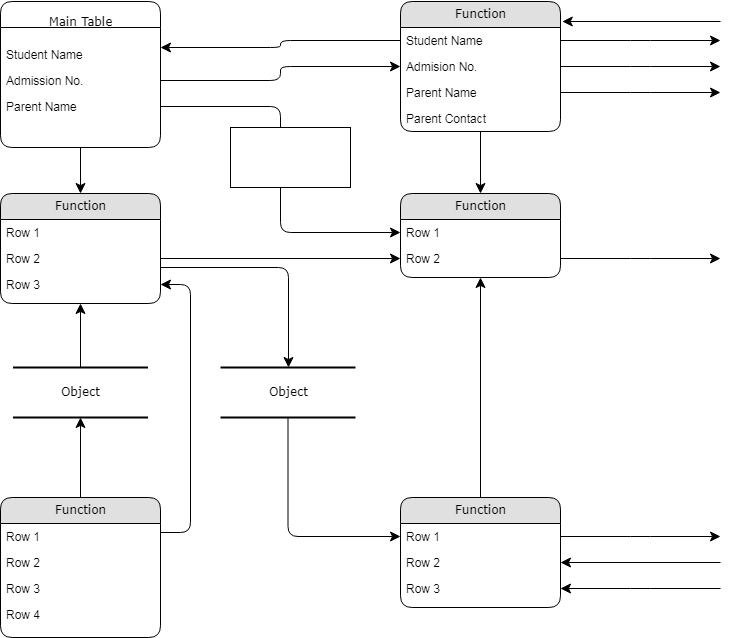
This is DATABASE.drawio.png from jonie20/index, a draw.io export, as it was before one commit. Source tidied: cells renumbered, new cells last; positions are measured from the earlier drawing's top-left corner, leaving out a move shared by most shapes.
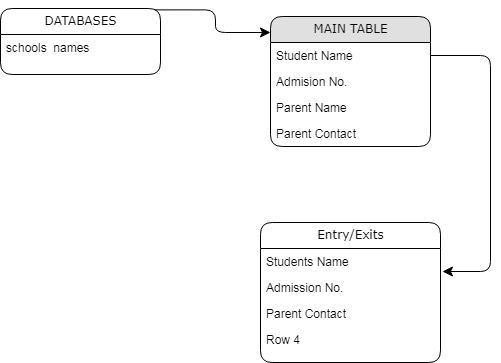
The same diagram one commit later.

Diff of the diagram source:
```diff
@@ -2,22 +2,13 @@
   <root>
     <mxCell id="0" />
     <mxCell id="1" parent="0" />
-    <mxCell id="2" value="Object" style="html=1;rounded=0;shadow=0;comic=0;labelBackgroundColor=none;strokeWidth=2;fontFamily=Verdana;fontSize=12;align=center;shape=mxgraph.ios7ui.horLines;" parent="1" vertex="1">
-      <mxGeometry x="12.5" y="366" width="135" height="50" as="geometry" />
-    </mxCell>
-    <mxCell id="3" value="&lt;br&gt;Main Table" style="swimlane;html=1;fontStyle=0;horizontal=1;startSize=26;swimlaneFillColor=#ffffff;align=center;rounded=1;shadow=0;comic=0;labelBackgroundColor=none;strokeWidth=1;fontFamily=Verdana;fontSize=12;" parent="1" vertex="1">
-      <mxGeometry width="160" height="146" as="geometry" />
+    <mxCell id="3" value="DATABASES" style="swimlane;html=1;fontStyle=0;horizontal=1;startSize=26;swimlaneFillColor=#ffffff;align=center;rounded=1;shadow=0;comic=0;labelBackgroundColor=none;strokeWidth=1;fontFamily=Verdana;fontSize=12;" parent="1" vertex="1">
+      <mxGeometry x="130" y="-8" width="160" height="66" as="geometry" />
     </mxCell>
-    <mxCell id="4" value="&lt;br&gt;Student Name" style="text;html=1;strokeColor=none;fillColor=none;spacingLeft=4;spacingRight=4;whiteSpace=wrap;overflow=hidden;points=[[0,0.5],[1,0.5]];portConstraint=eastwest;" parent="3" vertex="1">
+    <mxCell id="4" value="schools&amp;nbsp; names" style="text;html=1;strokeColor=none;fillColor=none;spacingLeft=4;spacingRight=4;whiteSpace=wrap;overflow=hidden;points=[[0,0.5],[1,0.5]];portConstraint=eastwest;" parent="3" vertex="1">
       <mxGeometry y="26" width="160" height="40" as="geometry" />
     </mxCell>
-    <mxCell id="5" value="Admission No." style="text;html=1;strokeColor=none;fillColor=none;spacingLeft=4;spacingRight=4;whiteSpace=wrap;overflow=hidden;points=[[0,0.5],[1,0.5]];portConstraint=eastwest;" parent="3" vertex="1">
-      <mxGeometry y="66" width="160" height="26" as="geometry" />
-    </mxCell>
-    <mxCell id="6" value="Parent Name" style="text;html=1;strokeColor=none;fillColor=none;spacingLeft=4;spacingRight=4;whiteSpace=wrap;overflow=hidden;points=[[0,0.5],[1,0.5]];portConstraint=eastwest;" parent="3" vertex="1">
-      <mxGeometry y="92" width="160" height="26" as="geometry" />
-    </mxCell>
-    <mxCell id="7" value="Function" style="swimlane;html=1;fontStyle=0;horizontal=1;startSize=26;fillColor=#e0e0e0;swimlaneFillColor=#ffffff;align=center;rounded=1;shadow=0;comic=0;labelBackgroundColor=none;strokeWidth=1;fontFamily=Verdana;fontSize=12;" parent="1" vertex="1">
+    <mxCell id="7" value="MAIN TABLE" style="swimlane;html=1;fontStyle=0;horizontal=1;startSize=26;fillColor=#e0e0e0;swimlaneFillColor=#ffffff;align=center;rounded=1;shadow=0;comic=0;labelBackgroundColor=none;strokeWidth=1;fontFamily=Verdana;fontSize=12;" parent="1" vertex="1">
       <mxGeometry x="400" width="160" height="130" as="geometry" />
     </mxCell>
     <mxCell id="8" value="Student Name" style="text;html=1;strokeColor=none;fillColor=none;spacingLeft=4;spacingRight=4;whiteSpace=wrap;overflow=hidden;points=[[0,0.5],[1,0.5]];portConstraint=eastwest;" parent="7" vertex="1">
@@ -32,157 +23,31 @@
     <mxCell id="11" value="Parent Contact" style="text;html=1;strokeColor=none;fillColor=none;spacingLeft=4;spacingRight=4;whiteSpace=wrap;overflow=hidden;" parent="7" vertex="1">
       <mxGeometry y="104" width="160" height="26" as="geometry" />
     </mxCell>
-    <mxCell id="12" value="Function" style="swimlane;html=1;fontStyle=0;horizontal=1;startSize=26;fillColor=#e0e0e0;swimlaneFillColor=#ffffff;align=center;rounded=1;shadow=0;comic=0;labelBackgroundColor=none;strokeWidth=1;fontFamily=Verdana;fontSize=12;" parent="1" vertex="1">
-      <mxGeometry y="192" width="160" height="110" as="geometry" />
-    </mxCell>
-    <mxCell id="13" value="Row 1" style="text;html=1;strokeColor=none;fillColor=none;spacingLeft=4;spacingRight=4;whiteSpace=wrap;overflow=hidden;" parent="12" vertex="1">
-      <mxGeometry y="26" width="160" height="26" as="geometry" />
-    </mxCell>
-    <mxCell id="14" value="Row 2" style="text;html=1;strokeColor=none;fillColor=none;spacingLeft=4;spacingRight=4;whiteSpace=wrap;overflow=hidden;points=[[0,0.5],[1,0.5]];portConstraint=eastwest;" parent="12" vertex="1">
-      <mxGeometry y="52" width="160" height="26" as="geometry" />
-    </mxCell>
-    <mxCell id="15" value="Row 3" style="text;html=1;strokeColor=none;fillColor=none;spacingLeft=4;spacingRight=4;whiteSpace=wrap;overflow=hidden;points=[[0,0.5],[1,0.5]];portConstraint=eastwest;" parent="12" vertex="1">
-      <mxGeometry y="78" width="160" height="26" as="geometry" />
-    </mxCell>
-    <mxCell id="16" value="Function" style="swimlane;html=1;fontStyle=0;horizontal=1;startSize=26;fillColor=#e0e0e0;swimlaneFillColor=#ffffff;align=center;rounded=1;shadow=0;comic=0;labelBackgroundColor=none;strokeWidth=1;fontFamily=Verdana;fontSize=12;" parent="1" vertex="1">
-      <mxGeometry y="496" width="160" height="140" as="geometry" />
+    <mxCell id="16" value="Entry/Exits" style="swimlane;html=1;fontStyle=0;horizontal=1;startSize=26;fillColor=none;swimlaneFillColor=#ffffff;align=center;rounded=1;shadow=0;comic=0;labelBackgroundColor=none;strokeWidth=1;fontFamily=Verdana;fontSize=12;" parent="1" vertex="1">
+      <mxGeometry x="390" y="206" width="180" height="140" as="geometry" />
     </mxCell>
-    <mxCell id="17" value="Row 1" style="text;html=1;strokeColor=none;fillColor=none;spacingLeft=4;spacingRight=4;whiteSpace=wrap;overflow=hidden;points=[[0,0.5],[1,0.5]];portConstraint=eastwest;" parent="16" vertex="1">
-      <mxGeometry y="26" width="160" height="26" as="geometry" />
+    <mxCell id="17" value="Students Name" style="text;html=1;strokeColor=none;fillColor=none;spacingLeft=4;spacingRight=4;whiteSpace=wrap;overflow=hidden;points=[[0,0.5],[1,0.5]];portConstraint=eastwest;" parent="16" vertex="1">
+      <mxGeometry y="26" width="180" height="26" as="geometry" />
     </mxCell>
-    <mxCell id="18" value="Row 2" style="text;html=1;strokeColor=none;fillColor=none;spacingLeft=4;spacingRight=4;whiteSpace=wrap;overflow=hidden;" parent="16" vertex="1">
-      <mxGeometry y="52" width="160" height="26" as="geometry" />
+    <mxCell id="18" value="Admission No." style="text;html=1;strokeColor=none;fillColor=none;spacingLeft=4;spacingRight=4;whiteSpace=wrap;overflow=hidden;" parent="16" vertex="1">
+      <mxGeometry y="52" width="180" height="26" as="geometry" />
     </mxCell>
-    <mxCell id="19" value="Row 3" style="text;html=1;strokeColor=none;fillColor=none;spacingLeft=4;spacingRight=4;whiteSpace=wrap;overflow=hidden;" parent="16" vertex="1">
-      <mxGeometry y="78" width="160" height="26" as="geometry" />
+    <mxCell id="19" value="Parent Contact" style="text;html=1;strokeColor=none;fillColor=none;spacingLeft=4;spacingRight=4;whiteSpace=wrap;overflow=hidden;" parent="16" vertex="1">
+      <mxGeometry y="78" width="180" height="26" as="geometry" />
     </mxCell>
     <mxCell id="20" value="Row 4" style="text;html=1;strokeColor=none;fillColor=none;spacingLeft=4;spacingRight=4;whiteSpace=wrap;overflow=hidden;" parent="16" vertex="1">
-      <mxGeometry y="104" width="160" height="26" as="geometry" />
+      <mxGeometry y="104" width="180" height="26" as="geometry" />
     </mxCell>
-    <mxCell id="21" value="Function" style="swimlane;html=1;fontStyle=0;horizontal=1;startSize=26;fillColor=#e0e0e0;swimlaneFillColor=#ffffff;align=center;rounded=1;shadow=0;comic=0;labelBackgroundColor=none;strokeWidth=1;fontFamily=Verdana;fontSize=12;" parent="1" vertex="1">
-      <mxGeometry x="400" y="192" width="160" height="84" as="geometry" />
-    </mxCell>
-    <mxCell id="22" value="Row 1" style="text;html=1;strokeColor=none;fillColor=none;spacingLeft=4;spacingRight=4;whiteSpace=wrap;overflow=hidden;points=[[0,0.5],[1,0.5]];portConstraint=eastwest;" parent="21" vertex="1">
-      <mxGeometry y="26" width="160" height="26" as="geometry" />
-    </mxCell>
-    <mxCell id="23" value="Row 2" style="text;html=1;strokeColor=none;fillColor=none;spacingLeft=4;spacingRight=4;whiteSpace=wrap;overflow=hidden;points=[[0,0.5],[1,0.5]];portConstraint=eastwest;" parent="21" vertex="1">
-      <mxGeometry y="52" width="160" height="26" as="geometry" />
-    </mxCell>
-    <mxCell id="24" value="Function" style="swimlane;html=1;fontStyle=0;horizontal=1;startSize=26;fillColor=#e0e0e0;swimlaneFillColor=#ffffff;align=center;rounded=1;shadow=0;comic=0;labelBackgroundColor=none;strokeWidth=1;fontFamily=Verdana;fontSize=12;" parent="1" vertex="1">
-      <mxGeometry x="400" y="496" width="160" height="110" as="geometry" />
-    </mxCell>
-    <mxCell id="25" value="Row 1" style="text;html=1;strokeColor=none;fillColor=none;spacingLeft=4;spacingRight=4;whiteSpace=wrap;overflow=hidden;points=[[0,0.5],[1,0.5]];portConstraint=eastwest;" parent="24" vertex="1">
-      <mxGeometry y="26" width="160" height="26" as="geometry" />
-    </mxCell>
-    <mxCell id="26" value="Row 2" style="text;html=1;strokeColor=none;fillColor=none;spacingLeft=4;spacingRight=4;whiteSpace=wrap;overflow=hidden;points=[[0,0.5],[1,0.5]];portConstraint=eastwest;" parent="24" vertex="1">
-      <mxGeometry y="52" width="160" height="26" as="geometry" />
-    </mxCell>
-    <mxCell id="27" value="Row 3" style="text;html=1;strokeColor=none;fillColor=none;spacingLeft=4;spacingRight=4;whiteSpace=wrap;overflow=hidden;points=[[0,0.5],[1,0.5]];portConstraint=eastwest;" parent="24" vertex="1">
-      <mxGeometry y="78" width="160" height="26" as="geometry" />
-    </mxCell>
-    <mxCell id="28" value="Object" style="html=1;rounded=0;shadow=0;comic=0;labelBackgroundColor=none;strokeWidth=2;fontFamily=Verdana;fontSize=12;align=center;shape=mxgraph.ios7ui.horLines;" parent="1" vertex="1">
-      <mxGeometry x="220" y="366" width="135" height="50" as="geometry" />
-    </mxCell>
-    <mxCell id="29" style="edgeStyle=none;html=1;labelBackgroundColor=none;startFill=0;startSize=8;endFill=1;endSize=8;fontFamily=Verdana;fontSize=12;" parent="1" edge="1" source="16" target="2">
-      <mxGeometry relative="1" as="geometry" />
-    </mxCell>
-    <mxCell id="30" style="edgeStyle=none;html=1;labelBackgroundColor=none;startFill=0;startSize=8;endFill=1;endSize=8;fontFamily=Verdana;fontSize=12;" parent="1" edge="1" source="2" target="12">
-      <mxGeometry relative="1" as="geometry" />
-    </mxCell>
-    <mxCell id="31" style="edgeStyle=orthogonalEdgeStyle;html=1;labelBackgroundColor=none;startFill=0;startSize=8;endFill=1;endSize=8;fontFamily=Verdana;fontSize=12;exitX=1;exitY=0.25;entryX=1;entryY=0.5;" parent="1" edge="1" source="16" target="15">
-      <mxGeometry relative="1" as="geometry">
-        <Array as="points">
-          <mxPoint x="190" y="531" />
-          <mxPoint x="190" y="283" />
-        </Array>
-      </mxGeometry>
-    </mxCell>
-    <mxCell id="32" style="edgeStyle=orthogonalEdgeStyle;html=1;labelBackgroundColor=none;startFill=0;startSize=8;endFill=1;endSize=8;fontFamily=Verdana;fontSize=12;" parent="1" edge="1" source="28" target="25">
-      <mxGeometry x="-0.13" y="32" relative="1" as="geometry" />
-    </mxCell>
-    <mxCell id="33" style="edgeStyle=orthogonalEdgeStyle;html=1;labelBackgroundColor=none;startFill=0;startSize=8;endFill=1;endSize=8;fontFamily=Verdana;fontSize=12;" parent="1" edge="1" source="12" target="28">
-      <mxGeometry relative="1" as="geometry">
-        <Array as="points">
-          <mxPoint x="288" y="266" />
-        </Array>
-      </mxGeometry>
-    </mxCell>
-    <mxCell id="34" style="edgeStyle=orthogonalEdgeStyle;html=1;labelBackgroundColor=none;startFill=0;startSize=8;endFill=1;endSize=8;fontFamily=Verdana;fontSize=12;" parent="1" edge="1" source="3" target="12">
-      <mxGeometry relative="1" as="geometry" />
-    </mxCell>
-    <mxCell id="35" style="edgeStyle=orthogonalEdgeStyle;html=1;labelBackgroundColor=none;startFill=0;startSize=8;endFill=1;endSize=8;fontFamily=Verdana;fontSize=12;" parent="1" edge="1" source="24" target="21">
-      <mxGeometry relative="1" as="geometry" />
-    </mxCell>
-    <mxCell id="36" style="edgeStyle=orthogonalEdgeStyle;html=1;labelBackgroundColor=none;startFill=0;startSize=8;endFill=1;endSize=8;fontFamily=Verdana;fontSize=12;" parent="1" edge="1" source="7" target="21">
-      <mxGeometry relative="1" as="geometry" />
+    <mxCell id="36" style="edgeStyle=orthogonalEdgeStyle;html=1;labelBackgroundColor=none;startFill=0;startSize=8;endFill=1;endSize=8;fontFamily=Verdana;fontSize=12;entryX=1.011;entryY=0.885;entryDx=0;entryDy=0;exitX=1;exitY=0.5;exitDx=0;exitDy=0;entryPerimeter=0;" parent="1" edge="1" source="8" target="17">
+      <mxGeometry relative="1" as="geometry">
+        <Array as="points">
+          <mxPoint x="620" y="39" />
+          <mxPoint x="620" y="255" />
+        </Array>
+      </mxGeometry>
     </mxCell>
-    <mxCell id="37" style="edgeStyle=orthogonalEdgeStyle;html=1;entryX=0;entryY=0.5;labelBackgroundColor=none;startFill=0;startSize=8;endFill=1;endSize=8;fontFamily=Verdana;fontSize=12;exitX=1;exitY=0.5;" parent="1" edge="1" source="5" target="9">
-      <mxGeometry relative="1" as="geometry" />
-    </mxCell>
-    <mxCell id="38" style="edgeStyle=orthogonalEdgeStyle;html=1;exitX=0;exitY=0.5;entryX=1;entryY=0.5;labelBackgroundColor=none;startFill=0;startSize=8;endFill=1;endSize=8;fontFamily=Verdana;fontSize=12;" parent="1" edge="1" source="8" target="4">
+    <mxCell id="38" style="edgeStyle=orthogonalEdgeStyle;html=1;exitX=0.963;exitY=0.021;entryX=0;entryY=0.123;labelBackgroundColor=none;startFill=0;startSize=8;endFill=1;endSize=8;fontFamily=Verdana;fontSize=12;entryDx=0;entryDy=0;entryPerimeter=0;exitDx=0;exitDy=0;exitPerimeter=0;" parent="1" edge="1" source="3" target="7">
       <mxGeometry relative="1" as="geometry" />
     </mxCell>
-    <mxCell id="39" style="edgeStyle=orthogonalEdgeStyle;html=1;exitX=1;exitY=0.5;entryX=0;entryY=0.5;labelBackgroundColor=none;startFill=0;startSize=8;endFill=1;endSize=8;fontFamily=Verdana;fontSize=12;" parent="1" edge="1" source="6" target="22">
-      <mxGeometry relative="1" as="geometry" />
-    </mxCell>
-    <mxCell id="40" style="edgeStyle=orthogonalEdgeStyle;html=1;exitX=1;exitY=0.5;entryX=0;entryY=0.5;labelBackgroundColor=none;startFill=0;startSize=8;endFill=1;endSize=8;fontFamily=Verdana;fontSize=12;" parent="1" edge="1" source="14" target="23">
-      <mxGeometry relative="1" as="geometry" />
-    </mxCell>
-    <mxCell id="41" style="edgeStyle=orthogonalEdgeStyle;html=1;labelBackgroundColor=none;startFill=0;startSize=8;endFill=1;endSize=8;fontFamily=Verdana;fontSize=12;" parent="1" edge="1" source="23">
-      <mxGeometry relative="1" as="geometry">
-        <mxPoint x="720" y="257" as="targetPoint" />
-      </mxGeometry>
-    </mxCell>
-    <mxCell id="42" style="edgeStyle=orthogonalEdgeStyle;html=1;exitX=1;exitY=0.5;labelBackgroundColor=none;startFill=0;startSize=8;endFill=1;endSize=8;fontFamily=Verdana;fontSize=12;" parent="1" edge="1" source="25">
-      <mxGeometry relative="1" as="geometry">
-        <mxPoint x="720" y="535" as="targetPoint" />
-      </mxGeometry>
-    </mxCell>
-    <mxCell id="43" style="edgeStyle=orthogonalEdgeStyle;html=1;labelBackgroundColor=none;startFill=0;startSize=8;endFill=1;endSize=8;fontFamily=Verdana;fontSize=12;entryX=1;entryY=0.5;" parent="1" edge="1" target="26">
-      <mxGeometry relative="1" as="geometry">
-        <mxPoint x="720" y="561" as="sourcePoint" />
-        <Array as="points">
-          <mxPoint x="720" y="561" />
-        </Array>
-      </mxGeometry>
-    </mxCell>
-    <mxCell id="44" style="edgeStyle=orthogonalEdgeStyle;html=1;labelBackgroundColor=none;startFill=0;startSize=8;endFill=1;endSize=8;fontFamily=Verdana;fontSize=12;entryX=1;entryY=0.5;" parent="1" edge="1" target="27">
-      <mxGeometry relative="1" as="geometry">
-        <mxPoint x="720" y="587" as="sourcePoint" />
-        <Array as="points">
-          <mxPoint x="640" y="587" />
-          <mxPoint x="640" y="587" />
-        </Array>
-      </mxGeometry>
-    </mxCell>
-    <mxCell id="45" style="edgeStyle=orthogonalEdgeStyle;html=1;exitX=1;exitY=0.5;labelBackgroundColor=none;startFill=0;startSize=8;endFill=1;endSize=8;fontFamily=Verdana;fontSize=12;" parent="1" edge="1" source="8">
-      <mxGeometry relative="1" as="geometry">
-        <mxPoint x="720" y="39" as="targetPoint" />
-      </mxGeometry>
-    </mxCell>
-    <mxCell id="46" style="edgeStyle=orthogonalEdgeStyle;html=1;exitX=1;exitY=0.5;labelBackgroundColor=none;startFill=0;startSize=8;endFill=1;endSize=8;fontFamily=Verdana;fontSize=12;" parent="1" edge="1" source="9">
-      <mxGeometry relative="1" as="geometry">
-        <mxPoint x="720" y="65" as="targetPoint" />
-      </mxGeometry>
-    </mxCell>
-    <mxCell id="47" style="edgeStyle=orthogonalEdgeStyle;html=1;exitX=1;exitY=0.5;labelBackgroundColor=none;startFill=0;startSize=8;endFill=1;endSize=8;fontFamily=Verdana;fontSize=12;" parent="1" edge="1" source="10">
-      <mxGeometry relative="1" as="geometry">
-        <mxPoint x="720" y="91" as="targetPoint" />
-      </mxGeometry>
-    </mxCell>
-    <mxCell id="48" style="edgeStyle=elbowEdgeStyle;html=1;labelBackgroundColor=none;startFill=0;startSize=8;endFill=1;endSize=8;fontFamily=Verdana;fontSize=12;elbow=vertical;entryX=1.011;entryY=0.152;entryPerimeter=0;" parent="1" edge="1" target="7">
-      <mxGeometry relative="1" as="geometry">
-        <mxPoint x="720" y="20" as="sourcePoint" />
-        <Array as="points">
-          <mxPoint x="650" y="20" />
-        </Array>
-      </mxGeometry>
-    </mxCell>
-    <mxCell id="49" style="rounded=0;whiteSpace=wrap;html=1;" parent="1" vertex="1">
-      <mxGeometry x="230" y="126" width="120" height="60" as="geometry" />
-    </mxCell>
-    <mxCell id="50" style="rounded=0;whiteSpace=wrap;html=1;" parent="1" vertex="1">
-      <mxGeometry x="230" y="126" width="120" height="60" as="geometry" />
-    </mxCell>
   </root>
 </mxGraphModel>
```
